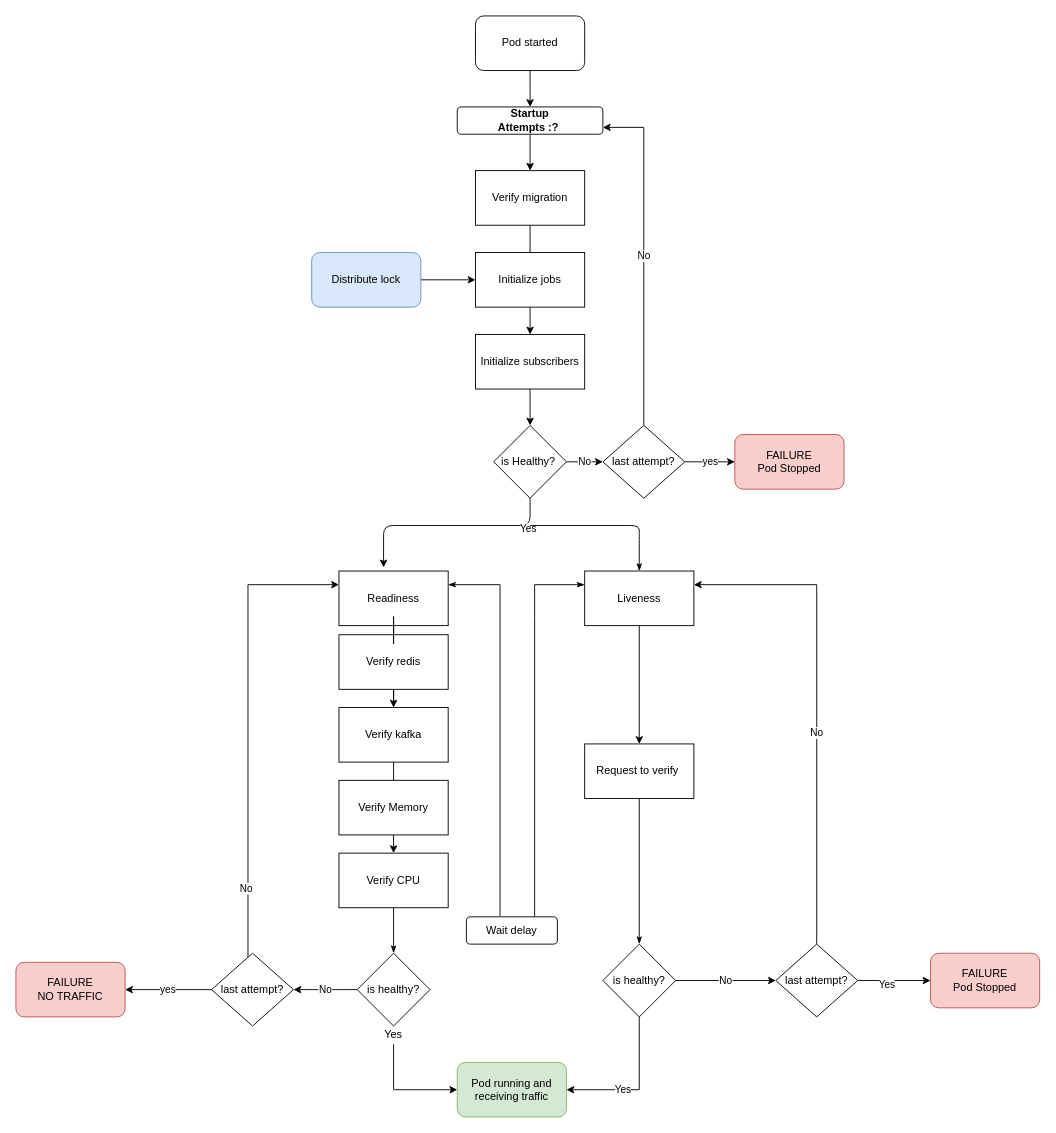
Before: Untitled Diagram.drawio in danisanchezag/prueba1, a draw.io diagram. Source tidied: cells renumbered, new cells numbered last; positions are measured from the earlier drawing's top-left corner, leaving out a move shared by most shapes. Both pictures are drawn from the tidied source at 91%, with x=0, y=0 at pixel (15, 15).
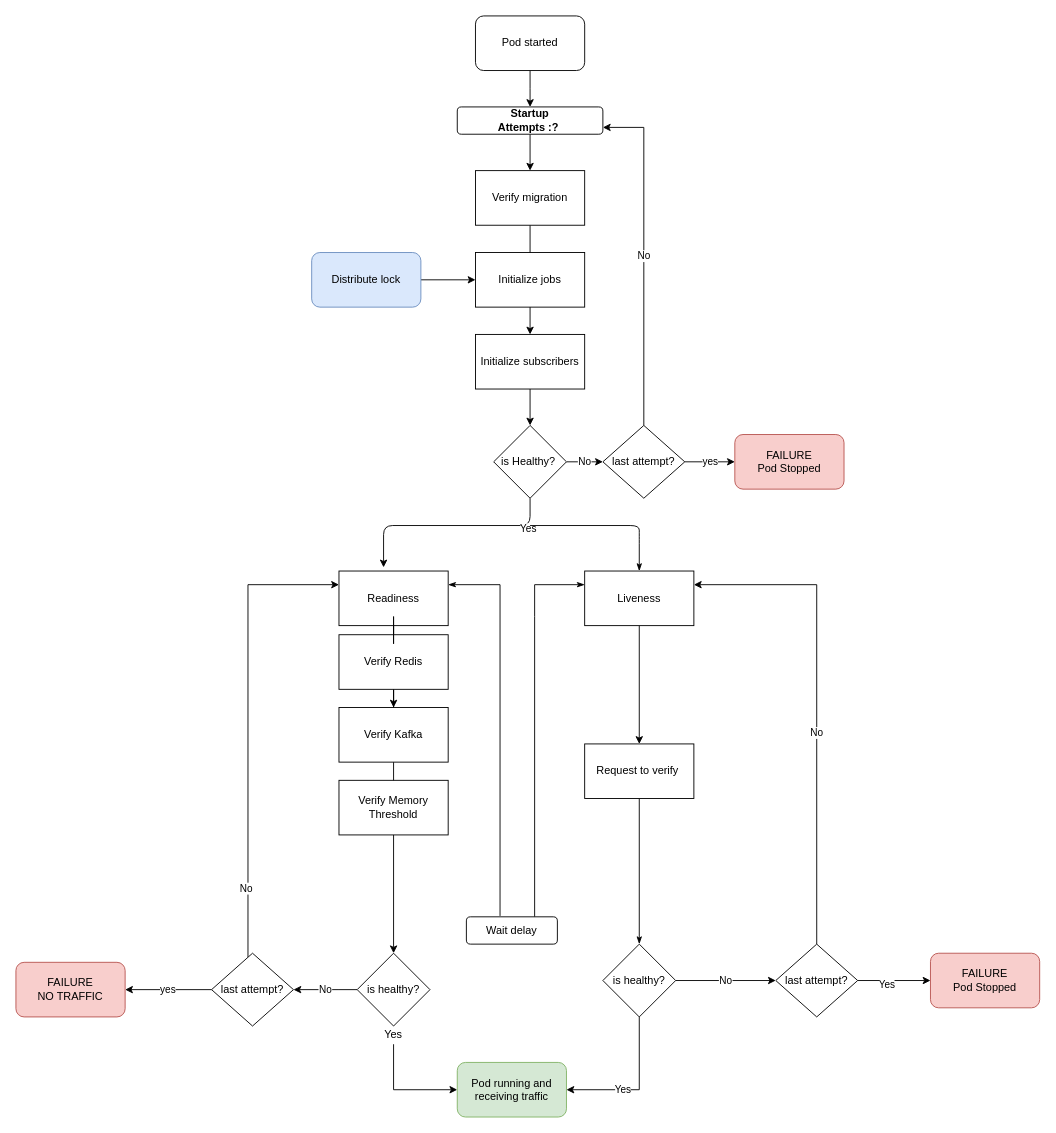
The same page after the edit.

The change refers to these unchanged cells:
```xml
<mxCell id="37" value="is healthy?" style="rhombus;whiteSpace=wrap;html=1;" parent="1" vertex="1">
  <mxGeometry x="375" y="1030" width="80" height="80" as="geometry" />
</mxCell>
```

What changed in the source:
```diff
@@
-    <mxCell id="8" style="edgeStyle=orthogonalEdgeStyle;rounded=0;jettySize=auto;html=1;" parent="1" edge="1" source="9" target="12">
+    <mxCell id="8" style="edgeStyle=orthogonalEdgeStyle;rounded=0;jettySize=auto;html=1;" parent="1" edge="1" source="9" target="37">
       <mxGeometry relative="1" as="geometry" />
     </mxCell>
-    <mxCell id="9" value="Verify kafka" style="rounded=0;whiteSpace=wrap;html=1;" parent="1" vertex="1">
+    <mxCell id="9" value="Verify Kafka" style="rounded=0;whiteSpace=wrap;html=1;" parent="1" vertex="1">
       <mxGeometry x="355" y="760" width="120" height="60" as="geometry" />
     </mxCell>
-    <mxCell id="10" value="Verify Memory" style="rounded=0;whiteSpace=wrap;html=1;" parent="1" vertex="1">
+    <mxCell id="10" value="Verify Memory&lt;br&gt;Threshold" style="rounded=0;whiteSpace=wrap;html=1;" parent="1" vertex="1">
       <mxGeometry x="355" y="840" width="120" height="60" as="geometry" />
     </mxCell>
-    <mxCell id="11" style="edgeStyle=none;rounded=0;jettySize=auto;html=1;startArrow=none;startFill=0;endArrow=classicThin;endFill=1;" parent="1" edge="1" source="12" target="37">
-      <mxGeometry relative="1" as="geometry" />
-    </mxCell>
-    <mxCell id="12" value="Verify CPU" style="rounded=0;whiteSpace=wrap;html=1;" parent="1" vertex="1">
-      <mxGeometry x="355" y="920" width="120" height="60" as="geometry" />
-    </mxCell>
@@
-    <mxCell id="29" value="Verify redis" style="rounded=0;whiteSpace=wrap;html=1;" parent="1" vertex="1">
+    <mxCell id="29" value="Verify Redis" style="rounded=0;whiteSpace=wrap;html=1;" parent="1" vertex="1">
       <mxGeometry x="355" y="680" width="120" height="60" as="geometry" />
     </mxCell>
```
